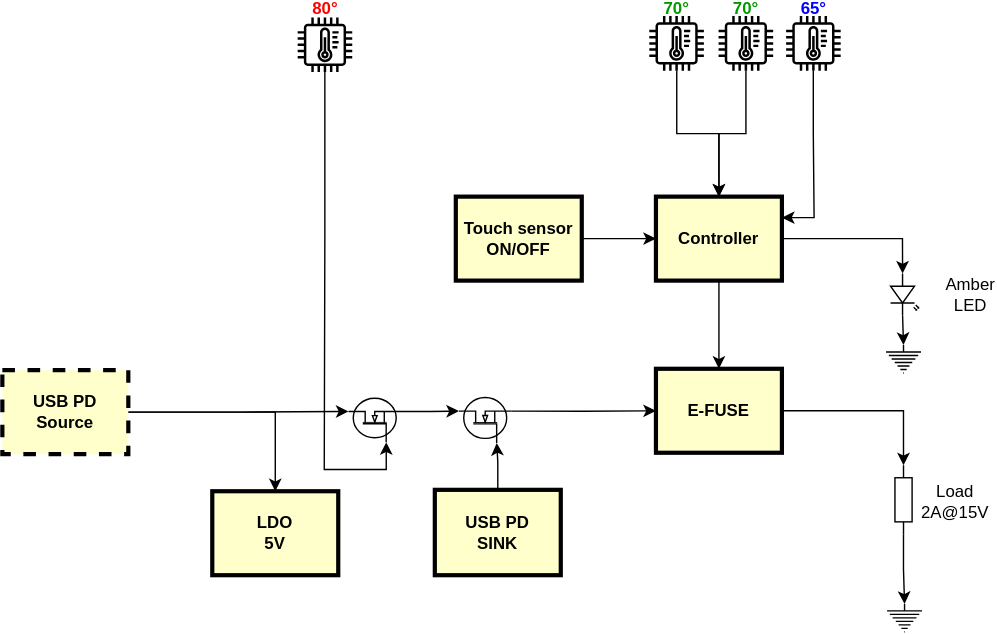
Earlier version of the draw.io export Documentation/Diagram.svg (EtherEE/bEEr_warmer). Source tidied: cells renumbered, new cells last; positions are measured from the earlier drawing's top-left corner, leaving out a move shared by most shapes.
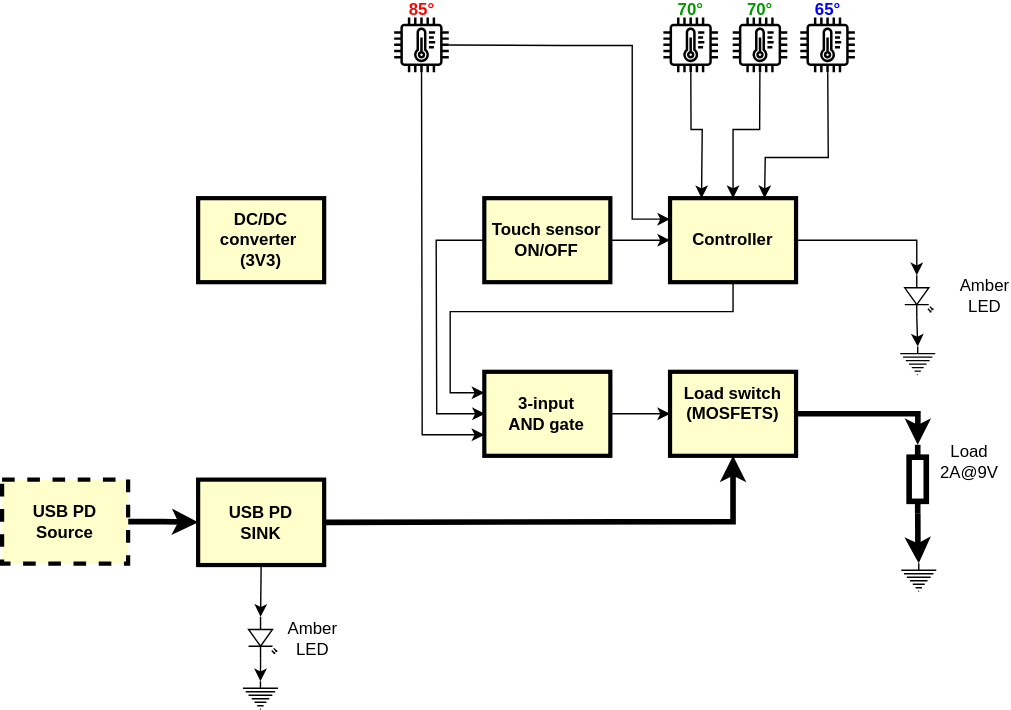
Later version of the same file.

Change to the diagram source:
```diff
@@ -2,86 +2,54 @@
   <root>
     <mxCell id="0" />
     <mxCell id="1" parent="0" />
-    <mxCell id="2" style="edgeStyle=orthogonalEdgeStyle;rounded=0;jettySize=auto;html=1;entryX=0.5;entryY=0;entryDx=0;entryDy=0;" parent="1" edge="1" source="3" target="5">
-      <mxGeometry relative="1" as="geometry" />
-    </mxCell>
+    <mxCell id="39" style="edgeStyle=orthogonalEdgeStyle;rounded=0;jettySize=auto;html=1;strokeWidth=4;" parent="1" edge="1" source="3" target="4">
+      <mxGeometry relative="1" as="geometry" />
+    </mxCell>
     <mxCell id="3" value="USB PD&#10;Source" style="whiteSpace=wrap;align=center;verticalAlign=middle;fontStyle=1;strokeWidth=3;fillColor=#FFFFCC;dashed=1;" parent="1" vertex="1">
-      <mxGeometry y="263" width="90" height="60" as="geometry" />
+      <mxGeometry x="-10" y="340" width="90" height="60" as="geometry" />
     </mxCell>
     <mxCell id="4" value="USB PD&#10;SINK" style="whiteSpace=wrap;align=center;verticalAlign=middle;fontStyle=1;strokeWidth=3;fillColor=#FFFFCC;" parent="1" vertex="1">
-      <mxGeometry x="309" y="348.5" width="90" height="61" as="geometry" />
+      <mxGeometry x="130" y="340" width="90" height="61" as="geometry" />
     </mxCell>
-    <mxCell id="5" value="LDO&#10;5V" style="whiteSpace=wrap;align=center;verticalAlign=middle;fontStyle=1;strokeWidth=3;fillColor=#FFFFCC;" parent="1" vertex="1">
-      <mxGeometry x="150" y="349.5" width="90" height="60" as="geometry" />
+    <mxCell id="5" value="DC/DC converter &#10;(3V3)" style="whiteSpace=wrap;align=center;verticalAlign=middle;fontStyle=1;strokeWidth=3;fillColor=#FFFFCC;" parent="1" vertex="1">
+      <mxGeometry x="130" y="139" width="90" height="60" as="geometry" />
     </mxCell>
-    <mxCell id="6" style="edgeStyle=orthogonalEdgeStyle;rounded=0;jettySize=auto;html=1;entryX=0.5;entryY=0;entryDx=0;entryDy=0;" parent="1" edge="1" source="7" target="8">
-      <mxGeometry relative="1" as="geometry" />
-    </mxCell>
     <mxCell id="7" value="Controller" style="whiteSpace=wrap;align=center;verticalAlign=middle;fontStyle=1;strokeWidth=3;fillColor=#FFFFCC;" parent="1" vertex="1">
       <mxGeometry x="467" y="139" width="90" height="60" as="geometry" />
     </mxCell>
-    <mxCell id="8" value="E-FUSE" style="whiteSpace=wrap;align=center;verticalAlign=middle;fontStyle=1;strokeWidth=3;fillColor=#FFFFCC;" parent="1" vertex="1">
-      <mxGeometry x="467" y="262" width="90" height="60" as="geometry" />
-    </mxCell>
     <mxCell id="9" style="edgeStyle=orthogonalEdgeStyle;rounded=0;jettySize=auto;html=1;entryX=0;entryY=0.5;entryDx=0;entryDy=0;" parent="1" edge="1" source="10" target="7">
       <mxGeometry relative="1" as="geometry" />
     </mxCell>
     <mxCell id="10" value="Touch sensor&#10;ON/OFF" style="whiteSpace=wrap;align=center;verticalAlign=middle;fontStyle=1;strokeWidth=3;fillColor=#FFFFCC;" parent="1" vertex="1">
-      <mxGeometry x="324" y="139" width="90" height="60" as="geometry" />
+      <mxGeometry x="334.4" y="139" width="90" height="60" as="geometry" />
     </mxCell>
     <mxCell id="11" style="verticalLabelPosition=bottom;shadow=0;dashed=0;align=center;html=1;verticalAlign=top;shape=mxgraph.electrical.opto_electronics.led_2;rotation=90;" parent="1" vertex="1">
       <mxGeometry x="629.6" y="199" width="30" height="20" as="geometry" />
     </mxCell>
-    <mxCell id="12" style="verticalLabelPosition=bottom;shadow=0;dashed=0;align=center;html=1;verticalAlign=top;shape=mxgraph.electrical.resistors.resistor_1;rotation=90;strokeWidth=1;" parent="1" vertex="1">
-      <mxGeometry x="619.3" y="349.5" width="49.2" height="12.2" as="geometry" />
+    <mxCell id="12" style="verticalLabelPosition=bottom;shadow=0;dashed=0;align=center;html=1;verticalAlign=top;shape=mxgraph.electrical.resistors.resistor_1;rotation=90;strokeWidth=4;" parent="1" vertex="1">
+      <mxGeometry x="619.2" y="333.6" width="49.2" height="12.2" as="geometry" />
     </mxCell>
-    <mxCell id="13" style="edgeStyle=orthogonalEdgeStyle;rounded=0;jettySize=auto;html=1;entryX=0.5;entryY=0;entryDx=0;entryDy=0;" parent="1" edge="1" source="14" target="7">
-      <mxGeometry relative="1" as="geometry" />
-    </mxCell>
     <mxCell id="14" style="sketch=0;outlineConnect=0;fontColor=#232F3E;gradientColor=none;fillColor=#000000;strokeColor=none;dashed=0;verticalLabelPosition=bottom;verticalAlign=top;align=center;html=1;fontSize=12;fontStyle=0;shape=mxgraph.aws4.iot_thing_temperature_sensor;" parent="1" vertex="1">
       <mxGeometry x="462.2" y="10" width="39" height="39" as="geometry" />
     </mxCell>
-    <mxCell id="15" style="verticalLabelPosition=bottom;shadow=0;dashed=0;align=center;html=1;verticalAlign=top;shape=mxgraph.electrical.mosfets1.n-channel_mosfet_1;strokeWidth=1;rotation=-90;" parent="1" vertex="1">
-      <mxGeometry x="328.8" y="280" width="32.5" height="37.5" as="geometry" />
-    </mxCell>
-    <mxCell id="16" style="edgeStyle=orthogonalEdgeStyle;rounded=0;jettySize=auto;html=1;exitX=0.7;exitY=1;exitDx=0;exitDy=0;exitPerimeter=0;entryX=0;entryY=0.5;entryDx=0;entryDy=0;" parent="1" edge="1" source="15" target="8">
-      <mxGeometry relative="1" as="geometry" />
-    </mxCell>
-    <mxCell id="17" style="edgeStyle=orthogonalEdgeStyle;rounded=0;jettySize=auto;html=1;entryX=0;entryY=0.72;entryDx=0;entryDy=0;entryPerimeter=0;" parent="1" edge="1" source="4" target="15">
-      <mxGeometry relative="1" as="geometry" />
-    </mxCell>
     <mxCell id="18" style="verticalLabelPosition=bottom;shadow=0;dashed=0;align=center;html=1;verticalAlign=top;shape=mxgraph.electrical.signal_sources.protective_earth;" parent="1" vertex="1">
-      <mxGeometry x="632.1" y="430" width="25" height="20" as="geometry" />
+      <mxGeometry x="632.1" y="399.8" width="25" height="20" as="geometry" />
     </mxCell>
-    <mxCell id="19" style="edgeStyle=orthogonalEdgeStyle;rounded=0;jettySize=auto;html=1;entryX=0.5;entryY=0;entryDx=0;entryDy=0;entryPerimeter=0;" parent="1" edge="1" source="12" target="18">
+    <mxCell id="19" style="edgeStyle=orthogonalEdgeStyle;rounded=0;jettySize=auto;html=1;entryX=0.5;entryY=0;entryDx=0;entryDy=0;entryPerimeter=0;strokeWidth=4;" parent="1" edge="1" source="12" target="18">
       <mxGeometry relative="1" as="geometry" />
     </mxCell>
-    <mxCell id="20" style="edgeStyle=orthogonalEdgeStyle;rounded=0;jettySize=auto;html=1;entryX=0;entryY=0.5;entryDx=0;entryDy=0;entryPerimeter=0;" parent="1" edge="1" source="8" target="12">
-      <mxGeometry relative="1" as="geometry" />
-    </mxCell>
-    <mxCell id="21" value="&lt;div&gt;Load&lt;/div&gt;&lt;div&gt;2A@15V&lt;/div&gt;" style="text;html=1;align=center;verticalAlign=middle;whiteSpace=wrap;rounded=0;" parent="1" vertex="1">
-      <mxGeometry x="668.5" y="353.2" width="24.2" height="8.5" as="geometry" />
+    <mxCell id="21" value="&lt;div&gt;Load&lt;/div&gt;&lt;div&gt;2A@9V&lt;/div&gt;" style="text;html=1;align=center;verticalAlign=middle;whiteSpace=wrap;rounded=0;" parent="1" vertex="1">
+      <mxGeometry x="668.5" y="323" width="24.2" height="8.5" as="geometry" />
     </mxCell>
     <mxCell id="22" value="&lt;font color=&quot;#009900&quot;&gt;&lt;b&gt;70&lt;span lang=&quot;pl&quot; class=&quot;ILfuVd&quot;&gt;&lt;span class=&quot;hgKElc&quot;&gt;°&lt;/span&gt;&lt;/span&gt;&lt;/b&gt;&lt;/font&gt;" style="text;html=1;align=center;verticalAlign=middle;whiteSpace=wrap;rounded=0;" parent="1" vertex="1">
       <mxGeometry x="470.9" width="21.8" height="10" as="geometry" />
     </mxCell>
-    <mxCell id="23" style="edgeStyle=orthogonalEdgeStyle;rounded=0;jettySize=auto;html=1;entryX=0.5;entryY=0;entryDx=0;entryDy=0;" parent="1" edge="1" source="24" target="7">
-      <mxGeometry relative="1" as="geometry" />
-    </mxCell>
     <mxCell id="24" style="sketch=0;outlineConnect=0;fontColor=#232F3E;gradientColor=none;fillColor=#000000;strokeColor=none;dashed=0;verticalLabelPosition=bottom;verticalAlign=top;align=center;html=1;fontSize=12;fontStyle=0;shape=mxgraph.aws4.iot_thing_temperature_sensor;" parent="1" vertex="1">
       <mxGeometry x="511.8" y="10" width="39" height="39" as="geometry" />
     </mxCell>
     <mxCell id="25" value="&lt;font color=&quot;#009900&quot;&gt;&lt;b&gt;70&lt;span lang=&quot;pl&quot; class=&quot;ILfuVd&quot;&gt;&lt;span class=&quot;hgKElc&quot;&gt;°&lt;/span&gt;&lt;/span&gt;&lt;/b&gt;&lt;/font&gt;" style="text;html=1;align=center;verticalAlign=middle;whiteSpace=wrap;rounded=0;" parent="1" vertex="1">
       <mxGeometry x="520.6" width="21.2" height="10" as="geometry" />
     </mxCell>
-    <mxCell id="26" style="edgeStyle=orthogonalEdgeStyle;rounded=0;jettySize=auto;html=1;entryX=1;entryY=0.25;entryDx=0;entryDy=0;" parent="1" edge="1" source="27" target="7">
-      <mxGeometry relative="1" as="geometry">
-        <Array as="points">
-          <mxPoint x="580" y="94" />
-          <mxPoint x="580" y="154" />
-        </Array>
-      </mxGeometry>
-    </mxCell>
     <mxCell id="27" style="sketch=0;outlineConnect=0;fontColor=#232F3E;gradientColor=none;fillColor=#000000;strokeColor=none;dashed=0;verticalLabelPosition=bottom;verticalAlign=top;align=center;html=1;fontSize=12;fontStyle=0;shape=mxgraph.aws4.iot_thing_temperature_sensor;" parent="1" vertex="1">
       <mxGeometry x="560" y="10" width="39" height="39" as="geometry" />
     </mxCell>
@@ -89,10 +57,10 @@
       <mxGeometry x="568.6" width="21.8" height="10" as="geometry" />
     </mxCell>
     <mxCell id="29" style="sketch=0;outlineConnect=0;fontColor=#232F3E;gradientColor=none;fillColor=#000000;strokeColor=none;dashed=0;verticalLabelPosition=bottom;verticalAlign=top;align=center;html=1;fontSize=12;fontStyle=0;shape=mxgraph.aws4.iot_thing_temperature_sensor;" parent="1" vertex="1">
-      <mxGeometry x="211" y="11" width="39" height="39" as="geometry" />
+      <mxGeometry x="270" y="10" width="39" height="39" as="geometry" />
     </mxCell>
-    <mxCell id="30" value="&lt;div&gt;&lt;font color=&quot;#ff0000&quot;&gt;&lt;b&gt;80&lt;span lang=&quot;pl&quot; class=&quot;ILfuVd&quot;&gt;&lt;span class=&quot;hgKElc&quot;&gt;°&lt;/span&gt;&lt;/span&gt;&lt;/b&gt;&lt;/font&gt;&lt;/div&gt;" style="text;html=1;align=center;verticalAlign=middle;whiteSpace=wrap;rounded=0;" parent="1" vertex="1">
-      <mxGeometry x="219.6" width="21.8" height="10" as="geometry" />
+    <mxCell id="30" value="&lt;div&gt;&lt;font color=&quot;#ff0000&quot;&gt;&lt;b&gt;85&lt;span lang=&quot;pl&quot; class=&quot;ILfuVd&quot;&gt;&lt;span class=&quot;hgKElc&quot;&gt;°&lt;/span&gt;&lt;/span&gt;&lt;/b&gt;&lt;/font&gt;&lt;/div&gt;" style="text;html=1;align=center;verticalAlign=middle;whiteSpace=wrap;rounded=0;" parent="1" vertex="1">
+      <mxGeometry x="278.6" width="21.8" height="10" as="geometry" />
     </mxCell>
     <mxCell id="31" style="edgeStyle=orthogonalEdgeStyle;rounded=0;jettySize=auto;html=1;exitX=1;exitY=0.5;exitDx=0;exitDy=0;entryX=0;entryY=0.57;entryDx=0;entryDy=0;entryPerimeter=0;" parent="1" edge="1" source="7" target="11">
       <mxGeometry relative="1" as="geometry" />
@@ -106,24 +74,105 @@
     <mxCell id="34" value="&lt;div&gt;Amber LED&lt;/div&gt;" style="text;html=1;align=center;verticalAlign=middle;whiteSpace=wrap;rounded=0;" parent="1" vertex="1">
       <mxGeometry x="680" y="204.8" width="24.2" height="8.5" as="geometry" />
     </mxCell>
-    <mxCell id="35" style="verticalLabelPosition=bottom;shadow=0;dashed=0;align=center;html=1;verticalAlign=top;shape=mxgraph.electrical.mosfets1.n-channel_mosfet_1;strokeWidth=1;rotation=-90;" parent="1" vertex="1">
-      <mxGeometry x="250.4" y="280" width="31.4" height="37.5" as="geometry" />
-    </mxCell>
-    <mxCell id="36" style="edgeStyle=orthogonalEdgeStyle;rounded=0;jettySize=auto;html=1;entryX=0.7;entryY=0;entryDx=0;entryDy=0;entryPerimeter=0;" parent="1" edge="1" source="3" target="35">
-      <mxGeometry relative="1" as="geometry" />
-    </mxCell>
-    <mxCell id="37" style="edgeStyle=orthogonalEdgeStyle;rounded=0;jettySize=auto;html=1;exitX=0.7;exitY=1;exitDx=0;exitDy=0;exitPerimeter=0;entryX=0.7;entryY=0;entryDx=0;entryDy=0;entryPerimeter=0;" parent="1" edge="1" source="35" target="15">
-      <mxGeometry relative="1" as="geometry" />
-    </mxCell>
-    <mxCell id="38" style="edgeStyle=orthogonalEdgeStyle;rounded=0;jettySize=auto;html=1;entryX=0;entryY=0.72;entryDx=0;entryDy=0;entryPerimeter=0;" parent="1" edge="1" source="29" target="35">
-      <mxGeometry relative="1" as="geometry">
-        <Array as="points">
-          <mxPoint x="231" y="167" />
-          <mxPoint x="230" y="167" />
-          <mxPoint x="230" y="334" />
-          <mxPoint x="274" y="334" />
-        </Array>
-      </mxGeometry>
-    </mxCell>
+    <mxCell id="40" style="verticalLabelPosition=bottom;shadow=0;dashed=0;align=center;html=1;verticalAlign=top;shape=mxgraph.electrical.opto_electronics.led_2;rotation=90;" parent="1" vertex="1">
+      <mxGeometry x="161" y="443" width="30" height="20" as="geometry" />
+    </mxCell>
+    <mxCell id="41" style="verticalLabelPosition=bottom;shadow=0;dashed=0;align=center;html=1;verticalAlign=top;shape=mxgraph.electrical.signal_sources.protective_earth;" parent="1" vertex="1">
+      <mxGeometry x="162" y="484" width="25" height="20" as="geometry" />
+    </mxCell>
+    <mxCell id="42" value="&lt;div&gt;Amber LED&lt;/div&gt;" style="text;html=1;align=center;verticalAlign=middle;whiteSpace=wrap;rounded=0;" parent="1" vertex="1">
+      <mxGeometry x="200" y="450" width="24.2" height="8.5" as="geometry" />
+    </mxCell>
+    <mxCell id="43" style="edgeStyle=orthogonalEdgeStyle;rounded=0;jettySize=auto;html=1;" parent="1" edge="1" source="44" target="45">
+      <mxGeometry relative="1" as="geometry" />
+    </mxCell>
+    <mxCell id="44" value="3-input&#10;AND gate" style="whiteSpace=wrap;align=center;verticalAlign=middle;fontStyle=1;strokeWidth=3;fillColor=#FFFFCC;" parent="1" vertex="1">
+      <mxGeometry x="334.4" y="263" width="90" height="60" as="geometry" />
+    </mxCell>
+    <mxCell id="45" value="Load switch&#10;(MOSFETS)&#10;" style="whiteSpace=wrap;align=center;verticalAlign=middle;fontStyle=1;strokeWidth=3;fillColor=#FFFFCC;" parent="1" vertex="1">
+      <mxGeometry x="467" y="263" width="90" height="60" as="geometry" />
+    </mxCell>
+    <mxCell id="46" style="endArrow=classic;html=1;rounded=0;entryX=0;entryY=0.75;entryDx=0;entryDy=0;" parent="1" edge="1" source="29" target="44">
+      <mxGeometry relative="1" as="geometry">
+        <Array as="points">
+          <mxPoint x="290" y="308" />
+        </Array>
+      </mxGeometry>
+    </mxCell>
+    <mxCell id="47" style="endArrow=classic;html=1;rounded=0;exitX=0;exitY=0.5;exitDx=0;exitDy=0;entryX=0;entryY=0.5;entryDx=0;entryDy=0;" parent="1" edge="1">
+      <mxGeometry relative="1" as="geometry">
+        <mxPoint x="334.8" y="169" as="sourcePoint" />
+        <mxPoint x="334.8" y="293" as="targetPoint" />
+        <Array as="points">
+          <mxPoint x="300" y="169" />
+          <mxPoint x="300.4" y="293" />
+        </Array>
+      </mxGeometry>
+    </mxCell>
+    <mxCell id="48" style="endArrow=classic;html=1;rounded=0;entryX=0;entryY=0.25;entryDx=0;entryDy=0;exitX=0.5;exitY=1;exitDx=0;exitDy=0;" parent="1" edge="1" source="7" target="44">
+      <mxGeometry relative="1" as="geometry">
+        <Array as="points">
+          <mxPoint x="512" y="220" />
+          <mxPoint x="310" y="220" />
+          <mxPoint x="310" y="278" />
+        </Array>
+      </mxGeometry>
+    </mxCell>
+    <mxCell id="49" style="endArrow=classic;html=1;rounded=0;strokeWidth=4;exitX=1;exitY=0.5;exitDx=0;exitDy=0;entryX=0.5;entryY=1;entryDx=0;entryDy=0;" parent="1" edge="1" source="4" target="45">
+      <mxGeometry relative="1" as="geometry">
+        <Array as="points">
+          <mxPoint x="512" y="370" />
+        </Array>
+      </mxGeometry>
+    </mxCell>
+    <mxCell id="26" style="endArrow=classic;html=1;rounded=0;entryX=0.75;entryY=0;entryDx=0;entryDy=0;" parent="1" edge="1" source="27" target="7">
+      <mxGeometry relative="1" as="geometry">
+        <Array as="points">
+          <mxPoint x="580" y="110" />
+          <mxPoint x="535" y="110" />
+        </Array>
+      </mxGeometry>
+    </mxCell>
+    <mxCell id="23" style="endArrow=classic;html=1;rounded=0;entryX=0.5;entryY=0;entryDx=0;entryDy=0;" parent="1" edge="1" source="24" target="7">
+      <mxGeometry relative="1" as="geometry">
+        <Array as="points">
+          <mxPoint x="531" y="90" />
+          <mxPoint x="512" y="90" />
+        </Array>
+      </mxGeometry>
+    </mxCell>
+    <mxCell id="13" style="endArrow=classic;html=1;rounded=0;entryX=0.25;entryY=0;entryDx=0;entryDy=0;" parent="1" edge="1" source="14" target="7">
+      <mxGeometry relative="1" as="geometry">
+        <Array as="points">
+          <mxPoint x="482" y="90" />
+          <mxPoint x="490" y="90" />
+        </Array>
+      </mxGeometry>
+    </mxCell>
+    <mxCell id="50" style="endArrow=classic;html=1;rounded=0;entryX=0;entryY=0.25;entryDx=0;entryDy=0;" parent="1" edge="1">
+      <mxGeometry relative="1" as="geometry">
+        <mxPoint x="309" y="29.6" as="sourcePoint" />
+        <mxPoint x="467" y="154" as="targetPoint" />
+        <Array as="points">
+          <mxPoint x="390" y="30" />
+          <mxPoint x="440" y="30" />
+          <mxPoint x="440" y="90" />
+          <mxPoint x="440" y="154" />
+        </Array>
+      </mxGeometry>
+    </mxCell>
+    <mxCell id="51" style="endArrow=classic;html=1;rounded=0;exitX=0.5;exitY=1;exitDx=0;exitDy=0;entryX=0;entryY=0.57;entryDx=0;entryDy=0;entryPerimeter=0;" parent="1" edge="1" source="4" target="40">
+      <mxGeometry relative="1" as="geometry" />
+    </mxCell>
+    <mxCell id="52" style="endArrow=classic;html=1;rounded=0;exitX=1;exitY=0.57;exitDx=0;exitDy=0;exitPerimeter=0;entryX=0.5;entryY=0;entryDx=0;entryDy=0;entryPerimeter=0;" parent="1" edge="1" source="40" target="41">
+      <mxGeometry relative="1" as="geometry" />
+    </mxCell>
+    <mxCell id="53" style="endArrow=classic;html=1;rounded=0;exitX=1;exitY=0.5;exitDx=0;exitDy=0;entryX=0;entryY=0.5;entryDx=0;entryDy=0;entryPerimeter=0;strokeWidth=4;" parent="1" edge="1" source="45" target="12">
+      <mxGeometry relative="1" as="geometry">
+        <Array as="points">
+          <mxPoint x="644" y="293" />
+        </Array>
+      </mxGeometry>
+    </mxCell>
   </root>
 </mxGraphModel>
```
